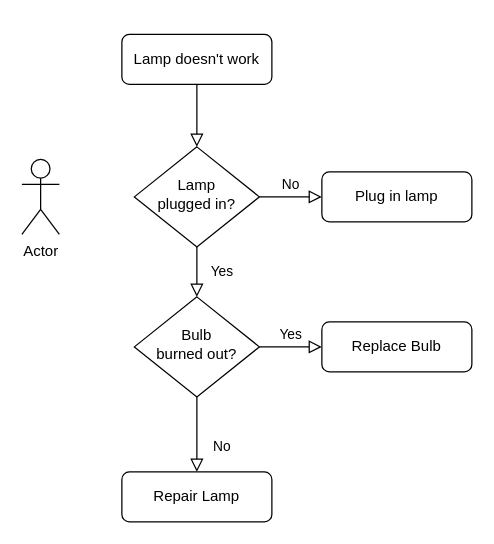
The draw.io diagram 未命名绘图.drawio in TimoXXXL/Shadyside, before the edit. Source tidied: cells renumbered, new cells numbered last; positions are measured from the earlier drawing's top-left corner, leaving out a move shared by most shapes. Both pictures are drawn from the tidied source at 125%, with x=0, y=0 at pixel (21, 34).
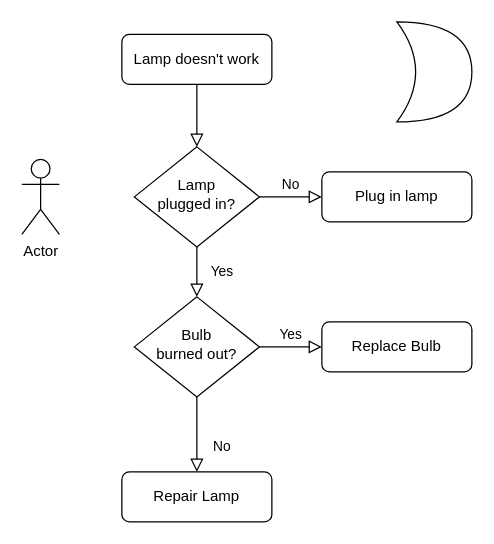
Above is the later version.

Commit message:
更新未命名绘图.drawio

Change to the diagram source:
```diff
@@
 <mxGraphModel>
   <root>
     <mxCell id="0" />
     <mxCell id="1" parent="0" />
     <mxCell id="2" style="rounded=0;html=1;jettySize=auto;fontSize=11;endArrow=block;endFill=0;endSize=8;strokeWidth=1;shadow=0;labelBackgroundColor=none;edgeStyle=orthogonalEdgeStyle;" parent="1" edge="1" source="3" target="6">
       <mxGeometry relative="1" as="geometry" />
     </mxCell>
     <mxCell id="3" value="Lamp doesn't work" style="rounded=1;whiteSpace=wrap;html=1;fontSize=12;glass=0;strokeWidth=1;shadow=0;" parent="1" vertex="1">
       <mxGeometry x="80" width="120" height="40" as="geometry" />
     </mxCell>
     <mxCell id="4" value="Yes" style="rounded=0;html=1;jettySize=auto;fontSize=11;endArrow=block;endFill=0;endSize=8;strokeWidth=1;shadow=0;labelBackgroundColor=none;edgeStyle=orthogonalEdgeStyle;" parent="1" edge="1" source="6" target="10">
       <mxGeometry y="20" relative="1" as="geometry" />
     </mxCell>
     <mxCell id="5" value="No" style="edgeStyle=orthogonalEdgeStyle;rounded=0;html=1;jettySize=auto;fontSize=11;endArrow=block;endFill=0;endSize=8;strokeWidth=1;shadow=0;labelBackgroundColor=none;" parent="1" edge="1" source="6" target="7">
       <mxGeometry y="10" relative="1" as="geometry" />
     </mxCell>
     <mxCell id="6" value="Lamp&lt;br&gt;plugged in?" style="rhombus;whiteSpace=wrap;html=1;shadow=0;fontFamily=Helvetica;fontSize=12;align=center;strokeWidth=1;spacing=6;spacingTop=-4;" parent="1" vertex="1">
       <mxGeometry x="90" y="90" width="100" height="80" as="geometry" />
     </mxCell>
     <mxCell id="7" value="Plug in lamp" style="rounded=1;whiteSpace=wrap;html=1;fontSize=12;glass=0;strokeWidth=1;shadow=0;" parent="1" vertex="1">
       <mxGeometry x="240" y="110" width="120" height="40" as="geometry" />
     </mxCell>
     <mxCell id="8" value="No" style="rounded=0;html=1;jettySize=auto;fontSize=11;endArrow=block;endFill=0;endSize=8;strokeWidth=1;shadow=0;labelBackgroundColor=none;edgeStyle=orthogonalEdgeStyle;" parent="1" edge="1" source="10" target="11">
       <mxGeometry x="0.33" y="20" relative="1" as="geometry" />
     </mxCell>
     <mxCell id="9" value="Yes" style="edgeStyle=orthogonalEdgeStyle;rounded=0;html=1;jettySize=auto;fontSize=11;endArrow=block;endFill=0;endSize=8;strokeWidth=1;shadow=0;labelBackgroundColor=none;" parent="1" edge="1" source="10" target="12">
       <mxGeometry y="10" relative="1" as="geometry" />
     </mxCell>
     <mxCell id="10" value="Bulb&lt;br&gt;burned out?" style="rhombus;whiteSpace=wrap;html=1;shadow=0;fontFamily=Helvetica;fontSize=12;align=center;strokeWidth=1;spacing=6;spacingTop=-4;" parent="1" vertex="1">
       <mxGeometry x="90" y="210" width="100" height="80" as="geometry" />
     </mxCell>
     <mxCell id="11" value="Repair Lamp" style="rounded=1;whiteSpace=wrap;html=1;fontSize=12;glass=0;strokeWidth=1;shadow=0;" parent="1" vertex="1">
       <mxGeometry x="80" y="350" width="120" height="40" as="geometry" />
     </mxCell>
     <mxCell id="12" value="Replace Bulb" style="rounded=1;whiteSpace=wrap;html=1;fontSize=12;glass=0;strokeWidth=1;shadow=0;" parent="1" vertex="1">
       <mxGeometry x="240" y="230" width="120" height="40" as="geometry" />
     </mxCell>
     <mxCell id="13" value="Actor" style="shape=umlActor;verticalLabelPosition=bottom;verticalAlign=top;html=1;" parent="1" vertex="1">
       <mxGeometry y="100" width="30" height="60" as="geometry" />
     </mxCell>
+    <mxCell id="14" style="shape=xor;whiteSpace=wrap;html=1;" parent="1" vertex="1">
+      <mxGeometry x="300" y="-10" width="60" height="80" as="geometry" />
+    </mxCell>
   </root>
 </mxGraphModel>
```
